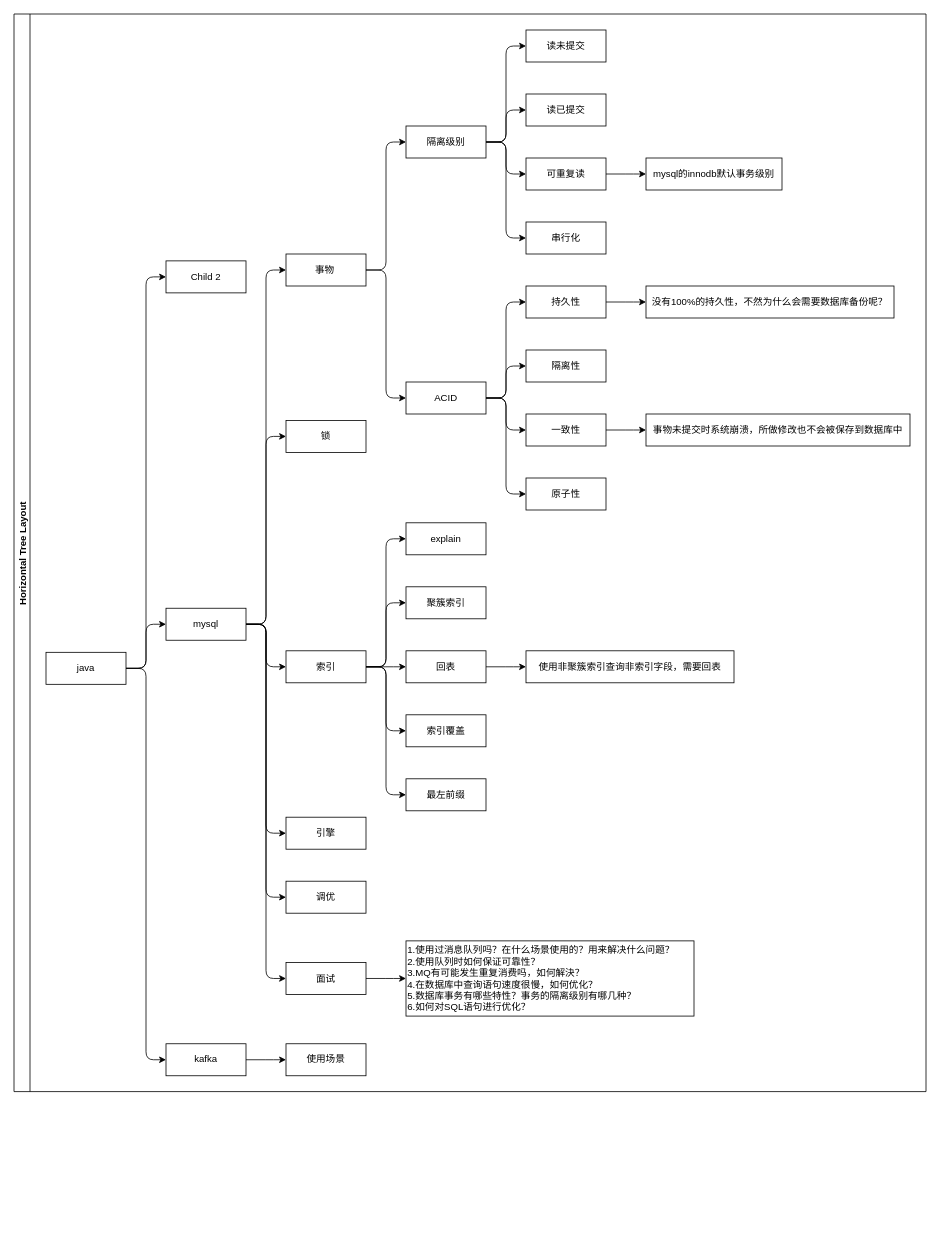
Before: java面经.drawio in aspojo/diagrams, a draw.io diagram. Source tidied: cells renumbered, new cells numbered last; positions are measured from the earlier drawing's top-left corner, leaving out a move shared by most shapes. Both pictures are drawn from the tidied source at 80%, with x=0, y=0 at pixel (14, 14).
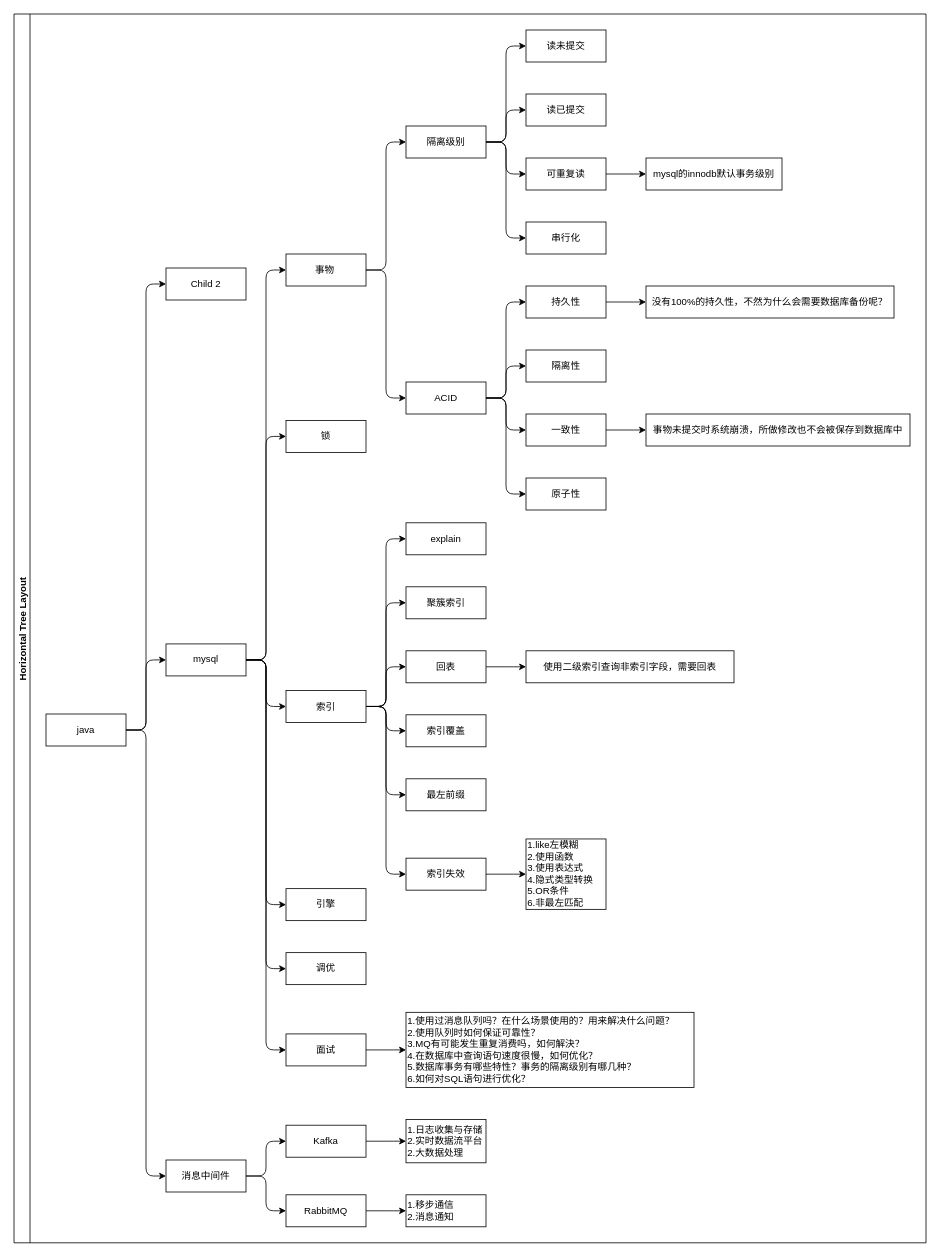
Above is the later version.

What changed in the source:
```diff
@@
     <mxCell id="2" value="Horizontal Tree Layout" style="swimlane;startSize=20;horizontal=0;horizontalTree=1;containerType=tree;fontSize=12;align=center;" parent="1" vertex="1">
-      <mxGeometry width="1140" height="1347" as="geometry" />
+      <mxGeometry width="1140" height="1536" as="geometry" />
     </mxCell>
     <mxCell id="3" value="java" style="whiteSpace=wrap;html=1;align=center;" parent="2" vertex="1">
-      <mxGeometry x="40" y="797.9" width="100" height="40" as="geometry" />
+      <mxGeometry x="40" y="875" width="100" height="40" as="geometry" />
     </mxCell>
     <mxCell id="4" value="mysql" style="whiteSpace=wrap;html=1;align=center;" parent="2" vertex="1">
-      <mxGeometry x="190" y="742.8" width="100" height="40" as="geometry" />
+      <mxGeometry x="190" y="787.4" width="100" height="40" as="geometry" />
     </mxCell>
@@
     <mxCell id="6" value="Child 2" style="whiteSpace=wrap;html=1;align=center;" parent="2" vertex="1">
-      <mxGeometry x="190" y="308.6" width="100" height="40" as="geometry" />
+      <mxGeometry x="190" y="317.5" width="100" height="40" as="geometry" />
     </mxCell>
@@
     <mxCell id="13" value="索引" style="whiteSpace=wrap;html=1;align=center;" parent="2" vertex="1">
-      <mxGeometry x="340" y="796" width="100" height="40" as="geometry" />
+      <mxGeometry x="340" y="845.6" width="100" height="40" as="geometry" />
     </mxCell>
@@
-    <mxCell id="31" value="kafka" style="whiteSpace=wrap;html=1;align=center;" parent="2" vertex="1">
-      <mxGeometry x="190" y="1287.2" width="100" height="40" as="geometry" />
+    <mxCell id="31" value="消息中间件" style="whiteSpace=wrap;html=1;align=center;" parent="2" vertex="1">
+      <mxGeometry x="190" y="1432.5" width="100" height="40" as="geometry" />
     </mxCell>
@@
     <mxCell id="33" value="引擎" style="whiteSpace=wrap;html=1;align=center;" parent="2" vertex="1">
-      <mxGeometry x="340" y="1004" width="100" height="40" as="geometry" />
+      <mxGeometry x="340" y="1093.3" width="100" height="40" as="geometry" />
     </mxCell>
@@
-    <mxCell id="35" value="使用场景" style="whiteSpace=wrap;html=1;align=center;" parent="2" vertex="1">
-      <mxGeometry x="340" y="1287.2" width="100" height="40" as="geometry" />
+    <mxCell id="35" value="Kafka" style="whiteSpace=wrap;html=1;align=center;" parent="2" vertex="1">
+      <mxGeometry x="340" y="1389" width="100" height="40" as="geometry" />
     </mxCell>
@@
     <mxCell id="37" value="调优" style="whiteSpace=wrap;html=1;align=center;" parent="2" vertex="1">
-      <mxGeometry x="340" y="1084" width="100" height="40" as="geometry" />
+      <mxGeometry x="340" y="1173.3" width="100" height="40" as="geometry" />
     </mxCell>
@@
     <mxCell id="39" value="面试" style="whiteSpace=wrap;html=1;align=center;" parent="2" vertex="1">
-      <mxGeometry x="340" y="1185.6" width="100" height="40" as="geometry" />
+      <mxGeometry x="340" y="1274.9" width="100" height="40" as="geometry" />
     </mxCell>
@@
     <mxCell id="41" value="&lt;div&gt;1.&lt;span style=&quot;background-color: initial;&quot;&gt;使用过消息队列吗？在什么场景使用的？用来解决什么问题？&lt;/span&gt;&lt;/div&gt;&lt;div&gt;2.&lt;span style=&quot;background-color: initial;&quot;&gt;使用队列时如何保证可靠性？&lt;/span&gt;&lt;/div&gt;&lt;div&gt;3.&lt;span style=&quot;background-color: initial;&quot;&gt;MQ有可能发生重复消费吗，如何解決？&lt;/span&gt;&lt;/div&gt;&lt;div&gt;4.&lt;span style=&quot;background-color: initial;&quot;&gt;在数据库中查询语句速度很慢，如何优化？&lt;/span&gt;&lt;/div&gt;&lt;div&gt;5.数据库事务有哪些特性？事务的隔离级别有哪几种？&lt;/div&gt;&lt;div&gt;6.&lt;span style=&quot;background-color: initial;&quot;&gt;如何对SQL语句进行优化？&lt;/span&gt;&lt;/div&gt;" style="whiteSpace=wrap;html=1;align=left;" parent="2" vertex="1">
-      <mxGeometry x="490" y="1158.6" width="360" height="94" as="geometry" />
+      <mxGeometry x="490" y="1247.9" width="360" height="94" as="geometry" />
     </mxCell>
@@
-    <mxCell id="59" value="使用非聚簇索引查询非索引字段，需要回表" style="whiteSpace=wrap;html=1;align=center;" parent="2" vertex="1">
+    <mxCell id="59" value="使用二级索引查询非索引字段，需要回表" style="whiteSpace=wrap;html=1;align=center;" parent="2" vertex="1">
       <mxGeometry x="640" y="796" width="260" height="40" as="geometry" />
     </mxCell>
@@
+    <mxCell id="64" style="edgeStyle=elbowEdgeStyle;elbow=horizontal;html=1;rounded=1;curved=0;sourcePerimeterSpacing=0;targetPerimeterSpacing=0;startSize=6;endSize=6;align=center;" parent="2" edge="1" source="35" target="65">
+      <mxGeometry relative="1" as="geometry" />
+    </mxCell>
+    <mxCell id="65" value="1.日志收集与存储&lt;div&gt;2.实时数据流平台&lt;br&gt;2.大数据处理&lt;/div&gt;" style="whiteSpace=wrap;html=1;align=left;" parent="2" vertex="1">
+      <mxGeometry x="490" y="1381.9" width="100" height="54.1" as="geometry" />
+    </mxCell>
+    <mxCell id="66" style="edgeStyle=elbowEdgeStyle;elbow=horizontal;html=1;rounded=1;curved=0;sourcePerimeterSpacing=0;targetPerimeterSpacing=0;startSize=6;endSize=6;align=center;" parent="2" edge="1" source="31" target="67">
+      <mxGeometry relative="1" as="geometry" />
+    </mxCell>
+    <mxCell id="67" value="RabbitMQ" style="whiteSpace=wrap;html=1;align=center;" parent="2" vertex="1">
+      <mxGeometry x="340" y="1476" width="100" height="40" as="geometry" />
+    </mxCell>
+    <mxCell id="68" style="edgeStyle=elbowEdgeStyle;elbow=horizontal;html=1;rounded=1;curved=0;sourcePerimeterSpacing=0;targetPerimeterSpacing=0;startSize=6;endSize=6;align=center;" parent="2" edge="1" source="67" target="69">
+      <mxGeometry relative="1" as="geometry" />
+    </mxCell>
+    <mxCell id="69" value="1.移步通信&lt;div&gt;2.消息通知&lt;/div&gt;" style="whiteSpace=wrap;html=1;align=left;" parent="2" vertex="1">
+      <mxGeometry x="490" y="1476" width="100" height="40" as="geometry" />
+    </mxCell>
+    <mxCell id="70" style="edgeStyle=elbowEdgeStyle;elbow=horizontal;html=1;rounded=1;curved=0;sourcePerimeterSpacing=0;targetPerimeterSpacing=0;startSize=6;endSize=6;align=center;" parent="2" edge="1" source="13" target="71">
+      <mxGeometry relative="1" as="geometry" />
+    </mxCell>
+    <mxCell id="71" value="索引失效" style="whiteSpace=wrap;html=1;align=center;" parent="2" vertex="1">
+      <mxGeometry x="490" y="1055.2" width="100" height="40" as="geometry" />
+    </mxCell>
+    <mxCell id="72" style="edgeStyle=elbowEdgeStyle;elbow=horizontal;html=1;rounded=1;curved=0;sourcePerimeterSpacing=0;targetPerimeterSpacing=0;startSize=6;endSize=6;align=center;" parent="2" edge="1" source="71" target="73">
+      <mxGeometry relative="1" as="geometry" />
+    </mxCell>
+    <mxCell id="73" value="1.like左模糊&lt;div&gt;2.使用函数&lt;/div&gt;&lt;div&gt;3.使用表达式&lt;/div&gt;&lt;div&gt;4.隐式类型转换&lt;/div&gt;&lt;div&gt;5.OR条件&lt;/div&gt;&lt;div&gt;6.非最左匹配&lt;br&gt;&lt;/div&gt;" style="whiteSpace=wrap;html=1;align=left;" parent="2" vertex="1">
+      <mxGeometry x="640" y="1031.2" width="100" height="88" as="geometry" />
+    </mxCell>
```
